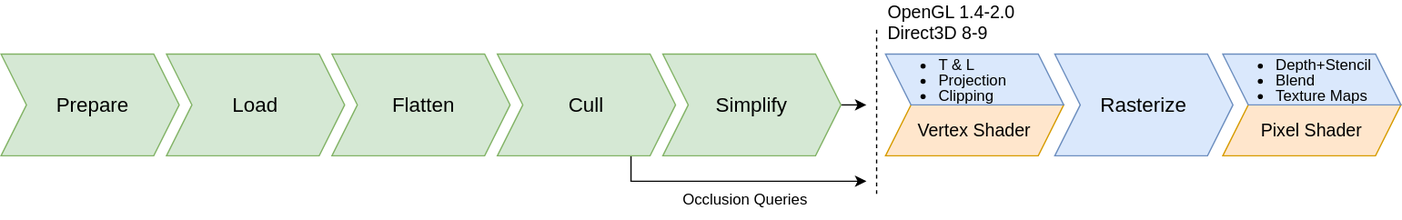
Before: assets/images/graphics-pipeline-programmable-shaders.svg, a diagram exported from draw.io (TheCandidStartup/TheCandidStartup.github.io). Source tidied: cells renumbered, new cells last; positions are measured from the earlier drawing's top-left corner, leaving out a move shared by most shapes.
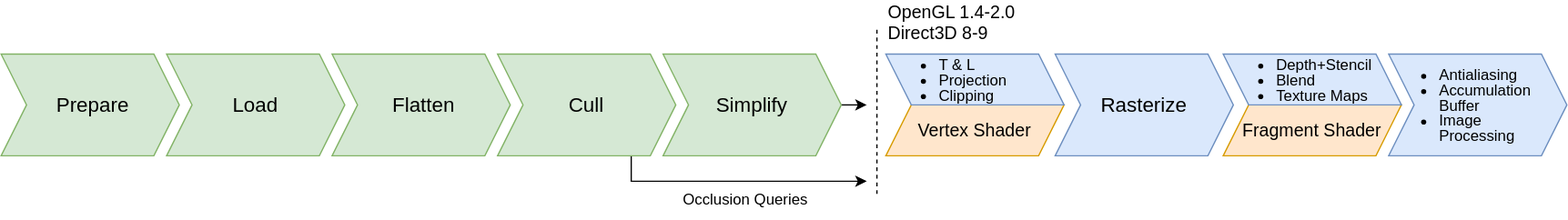
Later version of the same file.

Change to the diagram source:
```diff
@@ -45,7 +45,7 @@
     <mxCell id="12" style="group;" parent="1" vertex="1">
       <mxGeometry x="960" y="40" width="140" height="80" as="geometry" />
     </mxCell>
-    <mxCell id="13" value="&lt;font style=&quot;font-size: 14px;&quot;&gt;Pixel Shader&lt;/font&gt;" style="shape=parallelogram;perimeter=parallelogramPerimeter;whiteSpace=wrap;html=1;fixedSize=1;fontSize=12;fillColor=#ffe6cc;strokeColor=#d79b00;" parent="12" vertex="1">
+    <mxCell id="13" value="&lt;font style=&quot;font-size: 14px;&quot;&gt;Fragment Shader&lt;/font&gt;" style="shape=parallelogram;perimeter=parallelogramPerimeter;whiteSpace=wrap;html=1;fixedSize=1;fontSize=12;fillColor=#ffe6cc;strokeColor=#d79b00;" parent="12" vertex="1">
       <mxGeometry y="40" width="140" height="40" as="geometry" />
     </mxCell>
     <mxCell id="14" value="&lt;ul style=&quot;line-height: 100%;&quot;&gt;&lt;li&gt;Depth+Stencil&lt;/li&gt;&lt;li&gt;Blend&lt;/li&gt;&lt;li&gt;Texture Maps&lt;/li&gt;&lt;/ul&gt;" style="shape=parallelogram;perimeter=parallelogramPerimeter;whiteSpace=wrap;html=1;fixedSize=1;fontSize=12;rotation=0;flipH=1;fillColor=#dae8fc;strokeColor=#6c8ebf;align=left;" parent="12" vertex="1">
@@ -63,5 +63,8 @@
     <mxCell id="18" value="Occlusion Queries" style="text;html=1;strokeColor=none;fillColor=none;align=center;verticalAlign=middle;whiteSpace=wrap;rounded=0;" parent="1" vertex="1">
       <mxGeometry x="530" y="140" width="110" height="30" as="geometry" />
     </mxCell>
+    <mxCell id="19" value="&lt;ul style=&quot;line-height: 100%;&quot;&gt;&lt;li&gt;Antialiasing&lt;/li&gt;&lt;li&gt;Accumulation Buffer&lt;/li&gt;&lt;li&gt;Image Processing&lt;/li&gt;&lt;/ul&gt;" style="shape=step;perimeter=stepPerimeter;whiteSpace=wrap;html=1;fixedSize=1;fillColor=#dae8fc;strokeColor=#6c8ebf;align=left;spacing=0;spacingLeft=0;spacingRight=20;" parent="1" vertex="1">
+      <mxGeometry x="1090" y="40" width="140" height="80" as="geometry" />
+    </mxCell>
   </root>
 </mxGraphModel>
```
